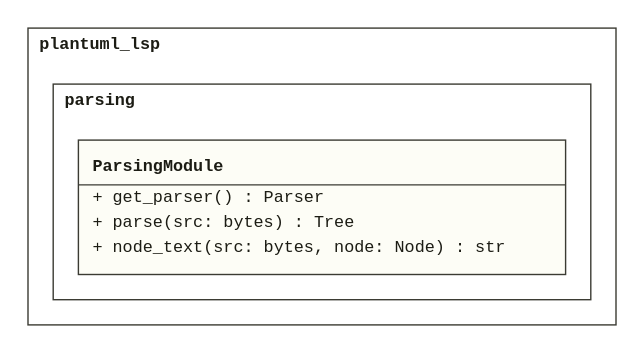
Before: doc/assets/CL_Parsing.svg, a diagram exported from PlantUML (derivasoftware/plantuml-lsp). Its source is kept beside it as design/lld/plantuml_lsp/CL_Parsing.puml.
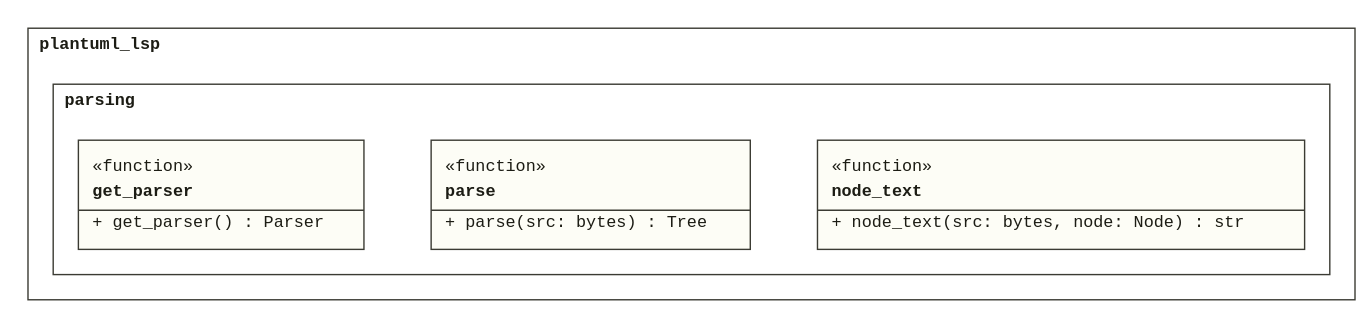
The same diagram one commit later.

Diff of the diagram source:
```diff
@@ -3,9 +3,13 @@
 !startsub ParsingModule
 
 namespace plantuml_lsp.parsing {
-  class "<<module>>" as ParsingModule {
+  class get_parser <<function>> {
     + get_parser() : Parser
+  }
+  class parse <<function>> {
     + parse(src: bytes) : Tree
+  }
+  class node_text <<function>> {
     + node_text(src: bytes, node: Node) : str
   }
 }
```
